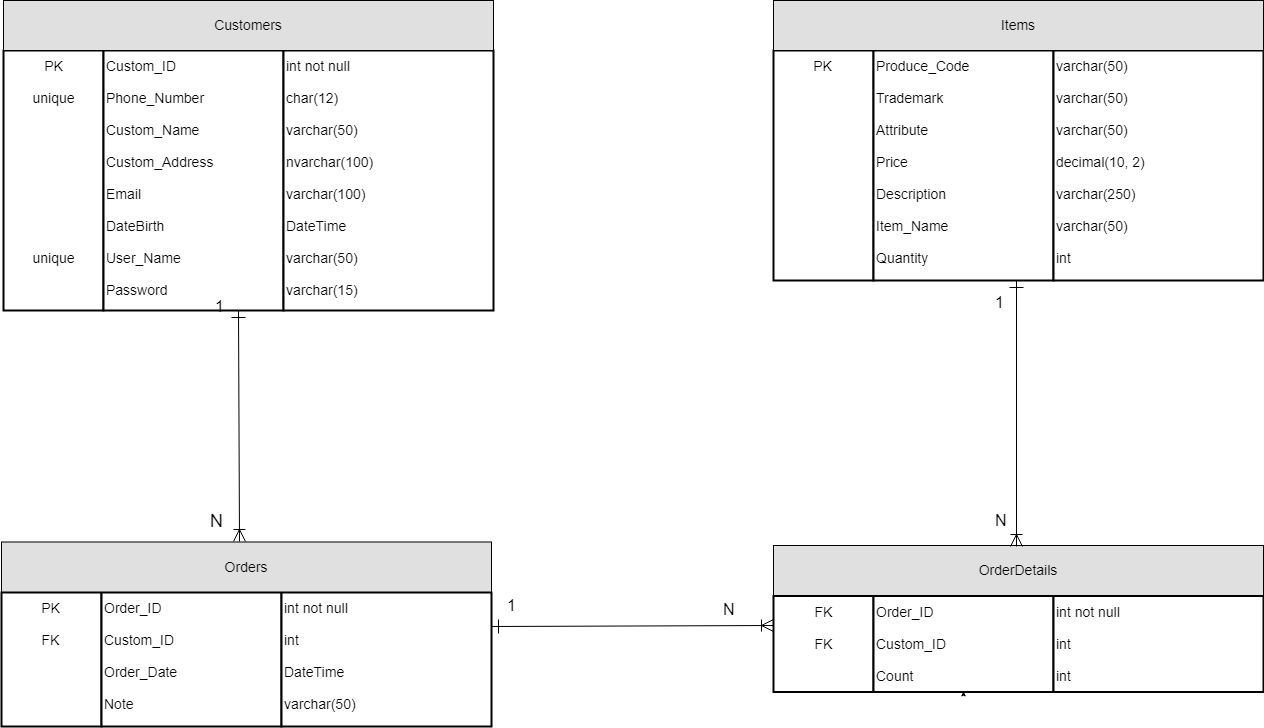
Above: Document/Database.png in LinhNguyennnn/Shop_HeadPhone_G03 (draw.io), before the change. Source tidied: cells renumbered, new cells last; positions are measured from the earlier drawing's top-left corner, leaving out a move shared by most shapes.
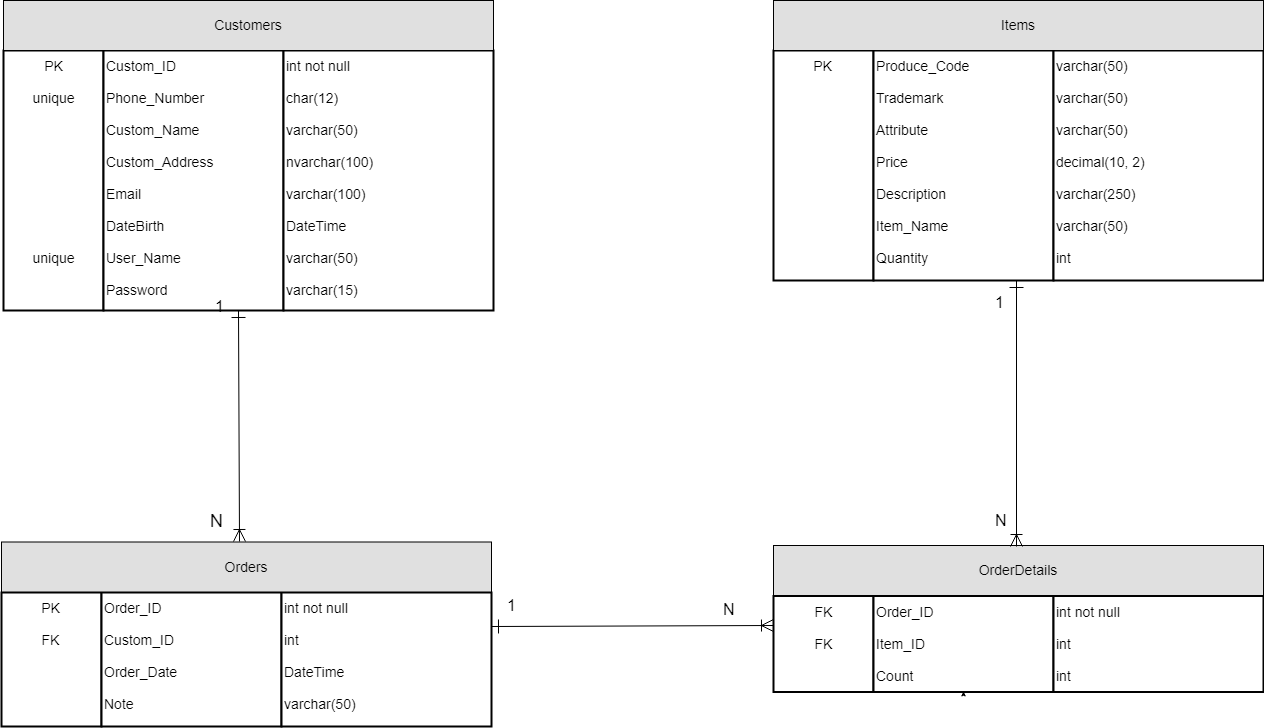
After the change.

What changed in the source:
```diff
@@ -41,7 +41,7 @@
     <mxCell id="14" value="FK&lt;br&gt;&lt;br&gt;FK&lt;br&gt;" style="strokeWidth=2;whiteSpace=wrap;html=1;align=center;fontSize=14;verticalAlign=top;" parent="1" vertex="1">
       <mxGeometry x="772" y="595.5" width="100" height="96" as="geometry" />
     </mxCell>
-    <mxCell id="15" value="Order_ID&lt;br&gt;&lt;br&gt;Custom_ID&lt;br&gt;&lt;br&gt;Count&lt;br&gt;" style="strokeWidth=2;whiteSpace=wrap;html=1;align=left;fontSize=14;verticalAlign=top;" parent="1" vertex="1">
+    <mxCell id="15" value="Order_ID&lt;br&gt;&lt;br&gt;Item_ID&lt;br&gt;&lt;br&gt;Count&lt;br&gt;" style="strokeWidth=2;whiteSpace=wrap;html=1;align=left;fontSize=14;verticalAlign=top;" parent="1" vertex="1">
       <mxGeometry x="872" y="595.5" width="180" height="96" as="geometry" />
     </mxCell>
     <mxCell id="16" value="int not null&lt;br&gt;&lt;br&gt;int&lt;br&gt;&lt;br&gt;int&lt;br&gt;&lt;br&gt;&lt;br&gt;" style="strokeWidth=2;whiteSpace=wrap;html=1;align=left;fontSize=14;verticalAlign=top;" parent="1" vertex="1">
```
